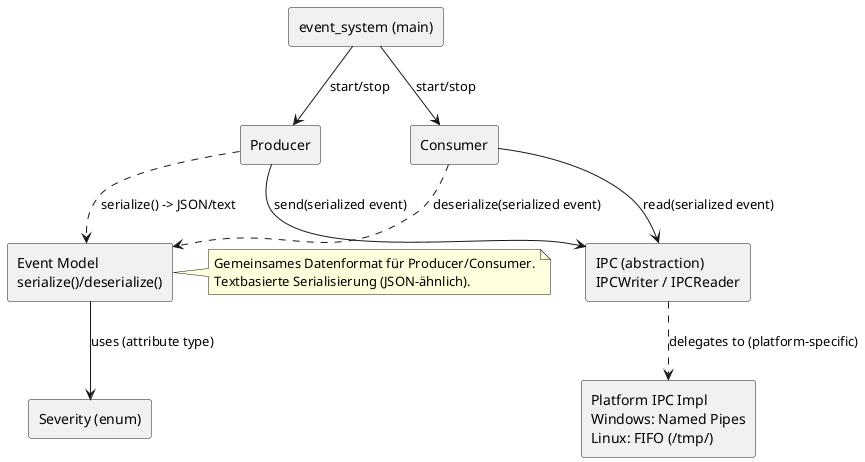
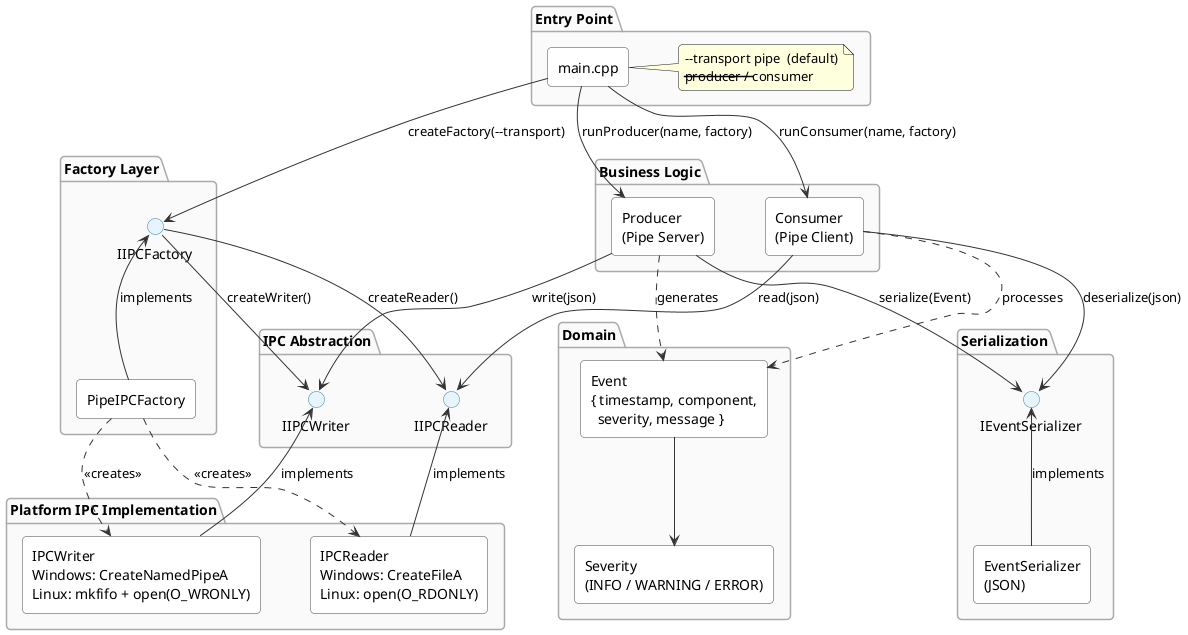
- @startuml ComponentDiagram
+ @startuml component_diagram
+ 
top to bottom direction
skinparam componentStyle rectangle
skinparam shadowing false
+ skinparam roundcorner 8

- ' Komponenten
- component "event_system (main)" as Main
- component "Producer" as Producer
- component "Consumer" as Consumer
- component "IPC (abstraction)\nIPCWriter / IPCReader" as IPC
- component "Event Model\nserialize()/deserialize()" as EventModel
- component "Platform IPC Impl\nWindows: Named Pipes\nLinux: FIFO (/tmp/)" as IPCImpl
+ skinparam component {
+     BackgroundColor white
+     BorderColor #444444
+     ArrowColor #333333
+ }
+ skinparam package {
+     BackgroundColor #fafafa
+     BorderColor #aaaaaa
+     FontStyle bold
+ }
+ skinparam interface {
+     BackgroundColor #e8f4fb
+     BorderColor #2980b9
+ }
+ skinparam nodesep 50
+ skinparam ranksep 40

- ' Enum / Typ
- component "Severity (enum)" as Severity
+ ' ── Entry Point ──────────────────────────────────
+ package "Entry Point" {
+     component "main.cpp" as Main
+     note right of Main
+         --transport pipe  (default)
+         --producer / --consumer
+     end note
+ }

- ' Beziehungen
- Main --> Producer : start/stop
- Main --> Consumer : start/stop
+ ' ── Factory Layer ────────────────────────────────
+ package "Factory Layer" {
+     interface "IIPCFactory" as IFactory
+     component "PipeIPCFactory" as PipeFactory
+     PipeFactory -up-> IFactory : implements
+ }

- Producer ..> EventModel : serialize() -> JSON/text
- Producer --> IPC : send(serialized event)
+ ' ── Business Logic ───────────────────────────────
+ package "Business Logic" {
+     component "Producer\n(Pipe Server)" as Producer
+     component "Consumer\n(Pipe Client)" as Consumer
+ }

- Consumer --> IPC : read(serialized event)
- Consumer ..> EventModel : deserialize(serialized event)
+ ' ── IPC Abstraction ──────────────────────────────
+ package "IPC Abstraction" {
+     interface "IIPCWriter" as IWriter
+     interface "IIPCReader" as IReader
+ }

- IPC ..> IPCImpl : delegates to (platform-specific)
+ ' ── Serialization ────────────────────────────────
+ package "Serialization" {
+     interface "IEventSerializer" as ISerializer
+     component "EventSerializer\n(JSON)" as Serializer
+     Serializer -up-> ISerializer : implements
+ }

- EventModel --> Severity : uses (attribute type)
+ ' ── Domain ───────────────────────────────────────
+ package "Domain" {
+     component "Event\n{ timestamp, component,\n  severity, message }" as EventModel
+     component "Severity\n(INFO / WARNING / ERROR)" as Severity
+     EventModel --> Severity
+ }

- note right of EventModel
-   Gemeinsames Datenformat für Producer/Consumer.
-   Textbasierte Serialisierung (JSON-ähnlich).
- end note
+ ' ── Platform IPC ─────────────────────────────────
+ package "Platform IPC Implementation" {
+     component "IPCWriter\nWindows: CreateNamedPipeA\nLinux: mkfifo + open(O_WRONLY)" as IPCWriter
+     component "IPCReader\nWindows: CreateFileA\nLinux: open(O_RDONLY)" as IPCReader
+     IPCWriter -up-> IWriter : implements
+     IPCReader -up-> IReader : implements
+ }

- @enduml+ ' ── Relationships ────────────────────────────────
+ 
+ ' main selects factory and wires everything
+ Main     -down-> IFactory       : createFactory(--transport)
+ Main     -down-> Producer       : runProducer(name, factory)
+ Main     -down-> Consumer       : runConsumer(name, factory)
+ 
+ ' factory creates IPC objects
+ IFactory -down-> IWriter        : createWriter()
+ IFactory -down-> IReader        : createReader()
+ PipeFactory ..> IPCWriter       : <<creates>>
+ PipeFactory ..> IPCReader       : <<creates>>
+ 
+ ' Producer uses IIPCWriter + IEventSerializer
+ Producer -down-> IWriter        : write(json)
+ Producer -down-> ISerializer    : serialize(Event)
+ Producer ..> EventModel         : generates
+ 
+ ' Consumer uses IIPCReader + IEventSerializer
+ Consumer -down-> IReader        : read(json)
+ Consumer -down-> ISerializer    : deserialize(json)
+ Consumer ..> EventModel         : processes
+ 
+ @enduml
